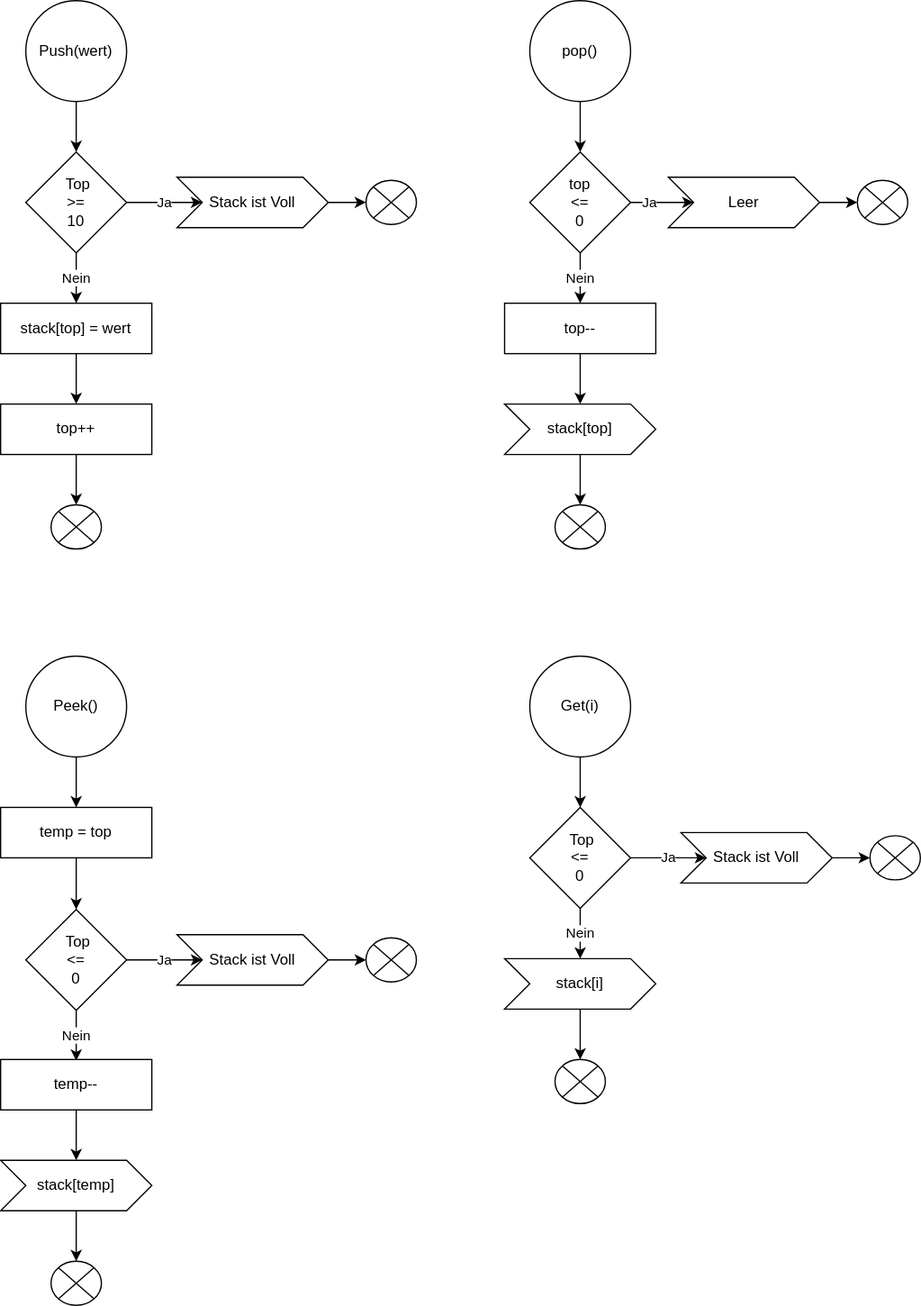
Above: img/Stack_Diagram.drawio.svg in amariwan/Stack-Queue-LinkedList (draw.io), before the change. Source tidied: cells renumbered, new cells last; positions are measured from the earlier drawing's top-left corner, leaving out a move shared by most shapes.
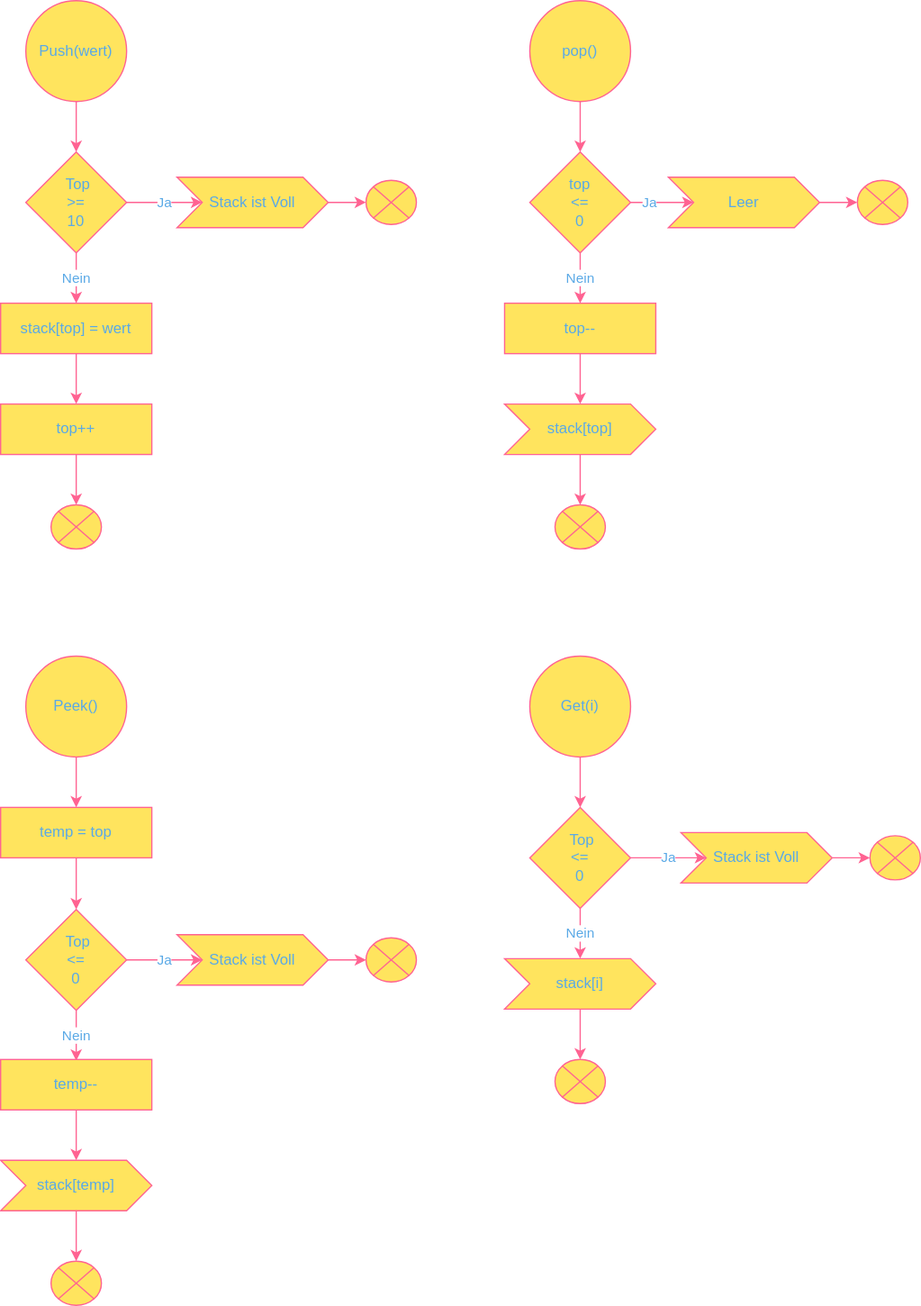
After the change.

The edit, as a diff of the source:
```diff
@@ -2,166 +2,166 @@
   <root>
     <mxCell id="0" />
     <mxCell id="1" parent="0" />
-    <mxCell id="2" style="edgeStyle=orthogonalEdgeStyle;rounded=0;jettySize=auto;html=1;" parent="1" edge="1" source="3" target="6">
+    <mxCell id="2" style="edgeStyle=orthogonalEdgeStyle;rounded=0;jettySize=auto;html=1;strokeColor=#FF6392;fontColor=#5AA9E6;" parent="1" edge="1" source="3" target="6">
       <mxGeometry relative="1" as="geometry" />
     </mxCell>
-    <mxCell id="3" value="Push(wert)" style="ellipse;whiteSpace=wrap;html=1;" parent="1" vertex="1">
+    <mxCell id="3" value="Push(wert)" style="ellipse;whiteSpace=wrap;html=1;fillColor=#FFE45E;strokeColor=#FF6392;fontColor=#5AA9E6;" parent="1" vertex="1">
       <mxGeometry x="20" width="80" height="80" as="geometry" />
     </mxCell>
-    <mxCell id="4" value="Ja" style="edgeStyle=orthogonalEdgeStyle;rounded=0;jettySize=auto;html=1;" parent="1" edge="1" source="6" target="8">
+    <mxCell id="4" value="Ja" style="edgeStyle=orthogonalEdgeStyle;rounded=0;jettySize=auto;html=1;strokeColor=#FF6392;fontColor=#5AA9E6;" parent="1" edge="1" source="6" target="8">
       <mxGeometry relative="1" as="geometry" />
     </mxCell>
-    <mxCell id="5" value="Nein" style="edgeStyle=orthogonalEdgeStyle;rounded=0;jettySize=auto;html=1;" parent="1" edge="1" source="6" target="11">
+    <mxCell id="5" value="Nein" style="edgeStyle=orthogonalEdgeStyle;rounded=0;jettySize=auto;html=1;strokeColor=#FF6392;fontColor=#5AA9E6;" parent="1" edge="1" source="6" target="11">
       <mxGeometry relative="1" as="geometry" />
     </mxCell>
-    <mxCell id="6" value="&amp;nbsp;Top &lt;br&gt;&amp;gt;= &lt;br&gt;10" style="rhombus;whiteSpace=wrap;html=1;" parent="1" vertex="1">
+    <mxCell id="6" value="&amp;nbsp;Top &lt;br&gt;&amp;gt;= &lt;br&gt;10" style="rhombus;whiteSpace=wrap;html=1;fillColor=#FFE45E;strokeColor=#FF6392;fontColor=#5AA9E6;" parent="1" vertex="1">
       <mxGeometry x="20" y="120" width="80" height="80" as="geometry" />
     </mxCell>
-    <mxCell id="7" style="edgeStyle=orthogonalEdgeStyle;rounded=0;jettySize=auto;html=1;" parent="1" edge="1" source="8" target="9">
+    <mxCell id="7" style="edgeStyle=orthogonalEdgeStyle;rounded=0;jettySize=auto;html=1;strokeColor=#FF6392;fontColor=#5AA9E6;" parent="1" edge="1" source="8" target="9">
       <mxGeometry relative="1" as="geometry" />
     </mxCell>
-    <mxCell id="8" value="Stack ist Voll" style="shape=step;perimeter=stepPerimeter;whiteSpace=wrap;html=1;fixedSize=1;" parent="1" vertex="1">
+    <mxCell id="8" value="Stack ist Voll" style="shape=step;perimeter=stepPerimeter;whiteSpace=wrap;html=1;fixedSize=1;fillColor=#FFE45E;strokeColor=#FF6392;fontColor=#5AA9E6;" parent="1" vertex="1">
       <mxGeometry x="140" y="140" width="120" height="40" as="geometry" />
     </mxCell>
-    <mxCell id="9" style="verticalLabelPosition=bottom;verticalAlign=top;html=1;shape=mxgraph.flowchart.or;" parent="1" vertex="1">
+    <mxCell id="9" style="verticalLabelPosition=bottom;verticalAlign=top;html=1;shape=mxgraph.flowchart.or;fillColor=#FFE45E;strokeColor=#FF6392;fontColor=#5AA9E6;" parent="1" vertex="1">
       <mxGeometry x="290" y="142.5" width="40" height="35" as="geometry" />
     </mxCell>
-    <mxCell id="10" style="edgeStyle=orthogonalEdgeStyle;rounded=0;jettySize=auto;html=1;" parent="1" edge="1" source="11" target="13">
+    <mxCell id="10" style="edgeStyle=orthogonalEdgeStyle;rounded=0;jettySize=auto;html=1;strokeColor=#FF6392;fontColor=#5AA9E6;" parent="1" edge="1" source="11" target="13">
       <mxGeometry relative="1" as="geometry" />
     </mxCell>
-    <mxCell id="11" value="stack[top] = wert" style="rounded=0;whiteSpace=wrap;html=1;" parent="1" vertex="1">
+    <mxCell id="11" value="stack[top] = wert" style="rounded=0;whiteSpace=wrap;html=1;fillColor=#FFE45E;strokeColor=#FF6392;fontColor=#5AA9E6;" parent="1" vertex="1">
       <mxGeometry y="240" width="120" height="40" as="geometry" />
     </mxCell>
-    <mxCell id="12" style="edgeStyle=orthogonalEdgeStyle;rounded=0;jettySize=auto;html=1;" parent="1" edge="1" source="13" target="14">
+    <mxCell id="12" style="edgeStyle=orthogonalEdgeStyle;rounded=0;jettySize=auto;html=1;strokeColor=#FF6392;fontColor=#5AA9E6;" parent="1" edge="1" source="13" target="14">
       <mxGeometry relative="1" as="geometry" />
     </mxCell>
-    <mxCell id="13" value="top++" style="rounded=0;whiteSpace=wrap;html=1;" parent="1" vertex="1">
+    <mxCell id="13" value="top++" style="rounded=0;whiteSpace=wrap;html=1;fillColor=#FFE45E;strokeColor=#FF6392;fontColor=#5AA9E6;" parent="1" vertex="1">
       <mxGeometry y="320" width="120" height="40" as="geometry" />
     </mxCell>
-    <mxCell id="14" style="verticalLabelPosition=bottom;verticalAlign=top;html=1;shape=mxgraph.flowchart.or;" parent="1" vertex="1">
+    <mxCell id="14" style="verticalLabelPosition=bottom;verticalAlign=top;html=1;shape=mxgraph.flowchart.or;fillColor=#FFE45E;strokeColor=#FF6392;fontColor=#5AA9E6;" parent="1" vertex="1">
       <mxGeometry x="40" y="400" width="40" height="35" as="geometry" />
     </mxCell>
-    <mxCell id="15" style="edgeStyle=orthogonalEdgeStyle;rounded=0;jettySize=auto;html=1;" parent="1" edge="1" source="16" target="19">
+    <mxCell id="15" style="edgeStyle=orthogonalEdgeStyle;rounded=0;jettySize=auto;html=1;strokeColor=#FF6392;fontColor=#5AA9E6;" parent="1" edge="1" source="16" target="19">
       <mxGeometry relative="1" as="geometry" />
     </mxCell>
-    <mxCell id="16" value="pop()" style="ellipse;whiteSpace=wrap;html=1;" parent="1" vertex="1">
+    <mxCell id="16" value="pop()" style="ellipse;whiteSpace=wrap;html=1;fillColor=#FFE45E;strokeColor=#FF6392;fontColor=#5AA9E6;" parent="1" vertex="1">
       <mxGeometry x="420" width="80" height="80" as="geometry" />
     </mxCell>
-    <mxCell id="17" value="Ja" style="edgeStyle=orthogonalEdgeStyle;rounded=0;jettySize=auto;html=1;entryX=0;entryY=0.5;entryDx=0;entryDy=0;" parent="1" edge="1" source="19" target="21">
+    <mxCell id="17" value="Ja" style="edgeStyle=orthogonalEdgeStyle;rounded=0;jettySize=auto;html=1;entryX=0;entryY=0.5;entryDx=0;entryDy=0;strokeColor=#FF6392;fontColor=#5AA9E6;" parent="1" edge="1" source="19" target="21">
       <mxGeometry relative="1" as="geometry" />
     </mxCell>
-    <mxCell id="18" value="Nein" style="edgeStyle=orthogonalEdgeStyle;rounded=0;jettySize=auto;html=1;" parent="1" edge="1" source="19" target="24">
+    <mxCell id="18" value="Nein" style="edgeStyle=orthogonalEdgeStyle;rounded=0;jettySize=auto;html=1;strokeColor=#FF6392;fontColor=#5AA9E6;" parent="1" edge="1" source="19" target="24">
       <mxGeometry relative="1" as="geometry" />
     </mxCell>
-    <mxCell id="19" value="top &lt;br&gt;&amp;lt;= &lt;br&gt;0" style="rhombus;whiteSpace=wrap;html=1;" parent="1" vertex="1">
+    <mxCell id="19" value="top &lt;br&gt;&amp;lt;= &lt;br&gt;0" style="rhombus;whiteSpace=wrap;html=1;fillColor=#FFE45E;strokeColor=#FF6392;fontColor=#5AA9E6;" parent="1" vertex="1">
       <mxGeometry x="420" y="120" width="80" height="80" as="geometry" />
     </mxCell>
-    <mxCell id="20" style="edgeStyle=orthogonalEdgeStyle;rounded=0;jettySize=auto;html=1;" parent="1" edge="1" source="21" target="22">
+    <mxCell id="20" style="edgeStyle=orthogonalEdgeStyle;rounded=0;jettySize=auto;html=1;strokeColor=#FF6392;fontColor=#5AA9E6;" parent="1" edge="1" source="21" target="22">
       <mxGeometry relative="1" as="geometry" />
     </mxCell>
-    <mxCell id="21" value="Leer" style="shape=step;perimeter=stepPerimeter;whiteSpace=wrap;html=1;fixedSize=1;" parent="1" vertex="1">
+    <mxCell id="21" value="Leer" style="shape=step;perimeter=stepPerimeter;whiteSpace=wrap;html=1;fixedSize=1;fillColor=#FFE45E;strokeColor=#FF6392;fontColor=#5AA9E6;" parent="1" vertex="1">
       <mxGeometry x="530" y="140" width="120" height="40" as="geometry" />
     </mxCell>
-    <mxCell id="22" style="verticalLabelPosition=bottom;verticalAlign=top;html=1;shape=mxgraph.flowchart.or;" parent="1" vertex="1">
+    <mxCell id="22" style="verticalLabelPosition=bottom;verticalAlign=top;html=1;shape=mxgraph.flowchart.or;fillColor=#FFE45E;strokeColor=#FF6392;fontColor=#5AA9E6;" parent="1" vertex="1">
       <mxGeometry x="680" y="142.5" width="40" height="35" as="geometry" />
     </mxCell>
-    <mxCell id="23" style="edgeStyle=orthogonalEdgeStyle;rounded=0;jettySize=auto;html=1;" parent="1" edge="1" source="24" target="26">
+    <mxCell id="23" style="edgeStyle=orthogonalEdgeStyle;rounded=0;jettySize=auto;html=1;strokeColor=#FF6392;fontColor=#5AA9E6;" parent="1" edge="1" source="24" target="26">
       <mxGeometry relative="1" as="geometry" />
     </mxCell>
-    <mxCell id="24" value="top--" style="rounded=0;whiteSpace=wrap;html=1;" parent="1" vertex="1">
+    <mxCell id="24" value="top--" style="rounded=0;whiteSpace=wrap;html=1;fillColor=#FFE45E;strokeColor=#FF6392;fontColor=#5AA9E6;" parent="1" vertex="1">
       <mxGeometry x="400" y="240" width="120" height="40" as="geometry" />
     </mxCell>
-    <mxCell id="25" style="edgeStyle=orthogonalEdgeStyle;rounded=0;jettySize=auto;html=1;" parent="1" edge="1" source="26" target="27">
+    <mxCell id="25" style="edgeStyle=orthogonalEdgeStyle;rounded=0;jettySize=auto;html=1;strokeColor=#FF6392;fontColor=#5AA9E6;" parent="1" edge="1" source="26" target="27">
       <mxGeometry relative="1" as="geometry" />
     </mxCell>
-    <mxCell id="26" value="stack[top]" style="shape=step;perimeter=stepPerimeter;whiteSpace=wrap;html=1;fixedSize=1;" parent="1" vertex="1">
+    <mxCell id="26" value="stack[top]" style="shape=step;perimeter=stepPerimeter;whiteSpace=wrap;html=1;fixedSize=1;fillColor=#FFE45E;strokeColor=#FF6392;fontColor=#5AA9E6;" parent="1" vertex="1">
       <mxGeometry x="400" y="320" width="120" height="40" as="geometry" />
     </mxCell>
-    <mxCell id="27" style="verticalLabelPosition=bottom;verticalAlign=top;html=1;shape=mxgraph.flowchart.or;" parent="1" vertex="1">
+    <mxCell id="27" style="verticalLabelPosition=bottom;verticalAlign=top;html=1;shape=mxgraph.flowchart.or;fillColor=#FFE45E;strokeColor=#FF6392;fontColor=#5AA9E6;" parent="1" vertex="1">
       <mxGeometry x="440" y="400" width="40" height="35" as="geometry" />
     </mxCell>
-    <mxCell id="28" style="edgeStyle=orthogonalEdgeStyle;rounded=0;jettySize=auto;html=1;entryX=0.5;entryY=0;entryDx=0;entryDy=0;" parent="1" edge="1" source="29" target="37">
+    <mxCell id="28" style="edgeStyle=orthogonalEdgeStyle;rounded=0;jettySize=auto;html=1;entryX=0.5;entryY=0;entryDx=0;entryDy=0;strokeColor=#FF6392;fontColor=#5AA9E6;" parent="1" edge="1" source="29" target="37">
       <mxGeometry relative="1" as="geometry" />
     </mxCell>
-    <mxCell id="29" value="Peek()" style="ellipse;whiteSpace=wrap;html=1;" parent="1" vertex="1">
+    <mxCell id="29" value="Peek()" style="ellipse;whiteSpace=wrap;html=1;fillColor=#FFE45E;strokeColor=#FF6392;fontColor=#5AA9E6;" parent="1" vertex="1">
       <mxGeometry x="20" y="520" width="80" height="80" as="geometry" />
     </mxCell>
-    <mxCell id="30" value="Ja" style="edgeStyle=orthogonalEdgeStyle;rounded=0;jettySize=auto;html=1;" parent="1" edge="1" source="32" target="34">
+    <mxCell id="30" value="Ja" style="edgeStyle=orthogonalEdgeStyle;rounded=0;jettySize=auto;html=1;strokeColor=#FF6392;fontColor=#5AA9E6;" parent="1" edge="1" source="32" target="34">
       <mxGeometry relative="1" as="geometry" />
     </mxCell>
-    <mxCell id="31" value="Nein" style="edgeStyle=orthogonalEdgeStyle;rounded=0;jettySize=auto;html=1;" parent="1" edge="1" source="32">
+    <mxCell id="31" value="Nein" style="edgeStyle=orthogonalEdgeStyle;rounded=0;jettySize=auto;html=1;strokeColor=#FF6392;fontColor=#5AA9E6;" parent="1" edge="1" source="32">
       <mxGeometry relative="1" as="geometry">
         <mxPoint x="60" y="841" as="targetPoint" />
       </mxGeometry>
     </mxCell>
-    <mxCell id="32" value="&amp;nbsp;Top &lt;br&gt;&amp;lt;= &lt;br&gt;0" style="rhombus;whiteSpace=wrap;html=1;" parent="1" vertex="1">
+    <mxCell id="32" value="&amp;nbsp;Top &lt;br&gt;&amp;lt;= &lt;br&gt;0" style="rhombus;whiteSpace=wrap;html=1;fillColor=#FFE45E;strokeColor=#FF6392;fontColor=#5AA9E6;" parent="1" vertex="1">
       <mxGeometry x="20" y="721" width="80" height="80" as="geometry" />
     </mxCell>
-    <mxCell id="33" style="edgeStyle=orthogonalEdgeStyle;rounded=0;jettySize=auto;html=1;" parent="1" edge="1" source="34" target="35">
+    <mxCell id="33" style="edgeStyle=orthogonalEdgeStyle;rounded=0;jettySize=auto;html=1;strokeColor=#FF6392;fontColor=#5AA9E6;" parent="1" edge="1" source="34" target="35">
       <mxGeometry relative="1" as="geometry" />
     </mxCell>
-    <mxCell id="34" value="Stack ist Voll" style="shape=step;perimeter=stepPerimeter;whiteSpace=wrap;html=1;fixedSize=1;" parent="1" vertex="1">
+    <mxCell id="34" value="Stack ist Voll" style="shape=step;perimeter=stepPerimeter;whiteSpace=wrap;html=1;fixedSize=1;fillColor=#FFE45E;strokeColor=#FF6392;fontColor=#5AA9E6;" parent="1" vertex="1">
       <mxGeometry x="140" y="741" width="120" height="40" as="geometry" />
     </mxCell>
-    <mxCell id="35" style="verticalLabelPosition=bottom;verticalAlign=top;html=1;shape=mxgraph.flowchart.or;" parent="1" vertex="1">
+    <mxCell id="35" style="verticalLabelPosition=bottom;verticalAlign=top;html=1;shape=mxgraph.flowchart.or;fillColor=#FFE45E;strokeColor=#FF6392;fontColor=#5AA9E6;" parent="1" vertex="1">
       <mxGeometry x="290" y="743.5" width="40" height="35" as="geometry" />
     </mxCell>
-    <mxCell id="36" style="edgeStyle=orthogonalEdgeStyle;rounded=0;jettySize=auto;html=1;fontSize=12;" parent="1" edge="1" source="37" target="32">
+    <mxCell id="36" style="edgeStyle=orthogonalEdgeStyle;rounded=0;jettySize=auto;html=1;fontSize=12;strokeColor=#FF6392;fontColor=#5AA9E6;" parent="1" edge="1" source="37" target="32">
       <mxGeometry relative="1" as="geometry" />
     </mxCell>
-    <mxCell id="37" value="temp = top" style="rounded=0;whiteSpace=wrap;html=1;" parent="1" vertex="1">
+    <mxCell id="37" value="temp = top" style="rounded=0;whiteSpace=wrap;html=1;fillColor=#FFE45E;strokeColor=#FF6392;fontColor=#5AA9E6;" parent="1" vertex="1">
       <mxGeometry y="640" width="120" height="40" as="geometry" />
     </mxCell>
-    <mxCell id="38" style="edgeStyle=orthogonalEdgeStyle;rounded=0;jettySize=auto;html=1;" parent="1" edge="1" source="39" target="41">
+    <mxCell id="38" style="edgeStyle=orthogonalEdgeStyle;rounded=0;jettySize=auto;html=1;strokeColor=#FF6392;fontColor=#5AA9E6;" parent="1" edge="1" source="39" target="41">
       <mxGeometry relative="1" as="geometry" />
     </mxCell>
-    <mxCell id="39" value="temp--" style="rounded=0;whiteSpace=wrap;html=1;" parent="1" vertex="1">
+    <mxCell id="39" value="temp--" style="rounded=0;whiteSpace=wrap;html=1;fillColor=#FFE45E;strokeColor=#FF6392;fontColor=#5AA9E6;" parent="1" vertex="1">
       <mxGeometry y="840" width="120" height="40" as="geometry" />
     </mxCell>
-    <mxCell id="40" style="edgeStyle=orthogonalEdgeStyle;rounded=0;jettySize=auto;html=1;" parent="1" edge="1" source="41" target="42">
+    <mxCell id="40" style="edgeStyle=orthogonalEdgeStyle;rounded=0;jettySize=auto;html=1;strokeColor=#FF6392;fontColor=#5AA9E6;" parent="1" edge="1" source="41" target="42">
       <mxGeometry relative="1" as="geometry" />
     </mxCell>
-    <mxCell id="41" value="stack[temp]" style="shape=step;perimeter=stepPerimeter;whiteSpace=wrap;html=1;fixedSize=1;" parent="1" vertex="1">
+    <mxCell id="41" value="stack[temp]" style="shape=step;perimeter=stepPerimeter;whiteSpace=wrap;html=1;fixedSize=1;fillColor=#FFE45E;strokeColor=#FF6392;fontColor=#5AA9E6;" parent="1" vertex="1">
       <mxGeometry y="920" width="120" height="40" as="geometry" />
     </mxCell>
-    <mxCell id="42" style="verticalLabelPosition=bottom;verticalAlign=top;html=1;shape=mxgraph.flowchart.or;" parent="1" vertex="1">
+    <mxCell id="42" style="verticalLabelPosition=bottom;verticalAlign=top;html=1;shape=mxgraph.flowchart.or;fillColor=#FFE45E;strokeColor=#FF6392;fontColor=#5AA9E6;" parent="1" vertex="1">
       <mxGeometry x="40" y="1000" width="40" height="35" as="geometry" />
     </mxCell>
-    <mxCell id="43" style="edgeStyle=orthogonalEdgeStyle;rounded=0;jettySize=auto;html=1;fontSize=12;" parent="1" edge="1" source="44" target="45">
+    <mxCell id="43" style="edgeStyle=orthogonalEdgeStyle;rounded=0;jettySize=auto;html=1;fontSize=12;strokeColor=#FF6392;fontColor=#5AA9E6;" parent="1" edge="1" source="44" target="45">
       <mxGeometry relative="1" as="geometry" />
     </mxCell>
-    <mxCell id="44" value="Get(i)" style="ellipse;whiteSpace=wrap;html=1;" parent="1" vertex="1">
+    <mxCell id="44" value="Get(i)" style="ellipse;whiteSpace=wrap;html=1;fillColor=#FFE45E;strokeColor=#FF6392;fontColor=#5AA9E6;" parent="1" vertex="1">
       <mxGeometry x="420" y="520" width="80" height="80" as="geometry" />
     </mxCell>
-    <mxCell id="45" value="&amp;nbsp;Top &lt;br&gt;&amp;lt;= &lt;br&gt;0" style="rhombus;whiteSpace=wrap;html=1;" parent="1" vertex="1">
+    <mxCell id="45" value="&amp;nbsp;Top &lt;br&gt;&amp;lt;= &lt;br&gt;0" style="rhombus;whiteSpace=wrap;html=1;fillColor=#FFE45E;strokeColor=#FF6392;fontColor=#5AA9E6;" parent="1" vertex="1">
       <mxGeometry x="420" y="640" width="80" height="80" as="geometry" />
     </mxCell>
-    <mxCell id="46" value="Ja" style="edgeStyle=orthogonalEdgeStyle;rounded=0;jettySize=auto;html=1;" parent="1" edge="1" target="48">
+    <mxCell id="46" value="Ja" style="edgeStyle=orthogonalEdgeStyle;rounded=0;jettySize=auto;html=1;strokeColor=#FF6392;fontColor=#5AA9E6;" parent="1" edge="1" target="48">
       <mxGeometry relative="1" as="geometry">
         <mxPoint x="500" y="680" as="sourcePoint" />
       </mxGeometry>
     </mxCell>
-    <mxCell id="47" style="edgeStyle=orthogonalEdgeStyle;rounded=0;jettySize=auto;html=1;" parent="1" edge="1" source="48" target="49">
+    <mxCell id="47" style="edgeStyle=orthogonalEdgeStyle;rounded=0;jettySize=auto;html=1;strokeColor=#FF6392;fontColor=#5AA9E6;" parent="1" edge="1" source="48" target="49">
       <mxGeometry relative="1" as="geometry" />
     </mxCell>
-    <mxCell id="48" value="Stack ist Voll" style="shape=step;perimeter=stepPerimeter;whiteSpace=wrap;html=1;fixedSize=1;" parent="1" vertex="1">
+    <mxCell id="48" value="Stack ist Voll" style="shape=step;perimeter=stepPerimeter;whiteSpace=wrap;html=1;fixedSize=1;fillColor=#FFE45E;strokeColor=#FF6392;fontColor=#5AA9E6;" parent="1" vertex="1">
       <mxGeometry x="540" y="660" width="120" height="40" as="geometry" />
     </mxCell>
-    <mxCell id="49" style="verticalLabelPosition=bottom;verticalAlign=top;html=1;shape=mxgraph.flowchart.or;" parent="1" vertex="1">
+    <mxCell id="49" style="verticalLabelPosition=bottom;verticalAlign=top;html=1;shape=mxgraph.flowchart.or;fillColor=#FFE45E;strokeColor=#FF6392;fontColor=#5AA9E6;" parent="1" vertex="1">
       <mxGeometry x="690" y="662.5" width="40" height="35" as="geometry" />
     </mxCell>
-    <mxCell id="50" value="Nein" style="edgeStyle=orthogonalEdgeStyle;rounded=0;jettySize=auto;html=1;entryX=0.5;entryY=0;entryDx=0;entryDy=0;" parent="1" edge="1" target="52">
+    <mxCell id="50" value="Nein" style="edgeStyle=orthogonalEdgeStyle;rounded=0;jettySize=auto;html=1;entryX=0.5;entryY=0;entryDx=0;entryDy=0;strokeColor=#FF6392;fontColor=#5AA9E6;" parent="1" edge="1" target="52">
       <mxGeometry relative="1" as="geometry">
         <mxPoint x="460" y="720" as="sourcePoint" />
       </mxGeometry>
     </mxCell>
-    <mxCell id="51" style="edgeStyle=orthogonalEdgeStyle;rounded=0;jettySize=auto;html=1;" parent="1" edge="1" source="52" target="53">
+    <mxCell id="51" style="edgeStyle=orthogonalEdgeStyle;rounded=0;jettySize=auto;html=1;strokeColor=#FF6392;fontColor=#5AA9E6;" parent="1" edge="1" source="52" target="53">
       <mxGeometry relative="1" as="geometry" />
     </mxCell>
-    <mxCell id="52" value="stack[i]" style="shape=step;perimeter=stepPerimeter;whiteSpace=wrap;html=1;fixedSize=1;" parent="1" vertex="1">
+    <mxCell id="52" value="stack[i]" style="shape=step;perimeter=stepPerimeter;whiteSpace=wrap;html=1;fixedSize=1;fillColor=#FFE45E;strokeColor=#FF6392;fontColor=#5AA9E6;" parent="1" vertex="1">
       <mxGeometry x="400" y="760" width="120" height="40" as="geometry" />
     </mxCell>
-    <mxCell id="53" style="verticalLabelPosition=bottom;verticalAlign=top;html=1;shape=mxgraph.flowchart.or;" parent="1" vertex="1">
+    <mxCell id="53" style="verticalLabelPosition=bottom;verticalAlign=top;html=1;shape=mxgraph.flowchart.or;fillColor=#FFE45E;strokeColor=#FF6392;fontColor=#5AA9E6;" parent="1" vertex="1">
       <mxGeometry x="440" y="840" width="40" height="35" as="geometry" />
     </mxCell>
   </root>
```
